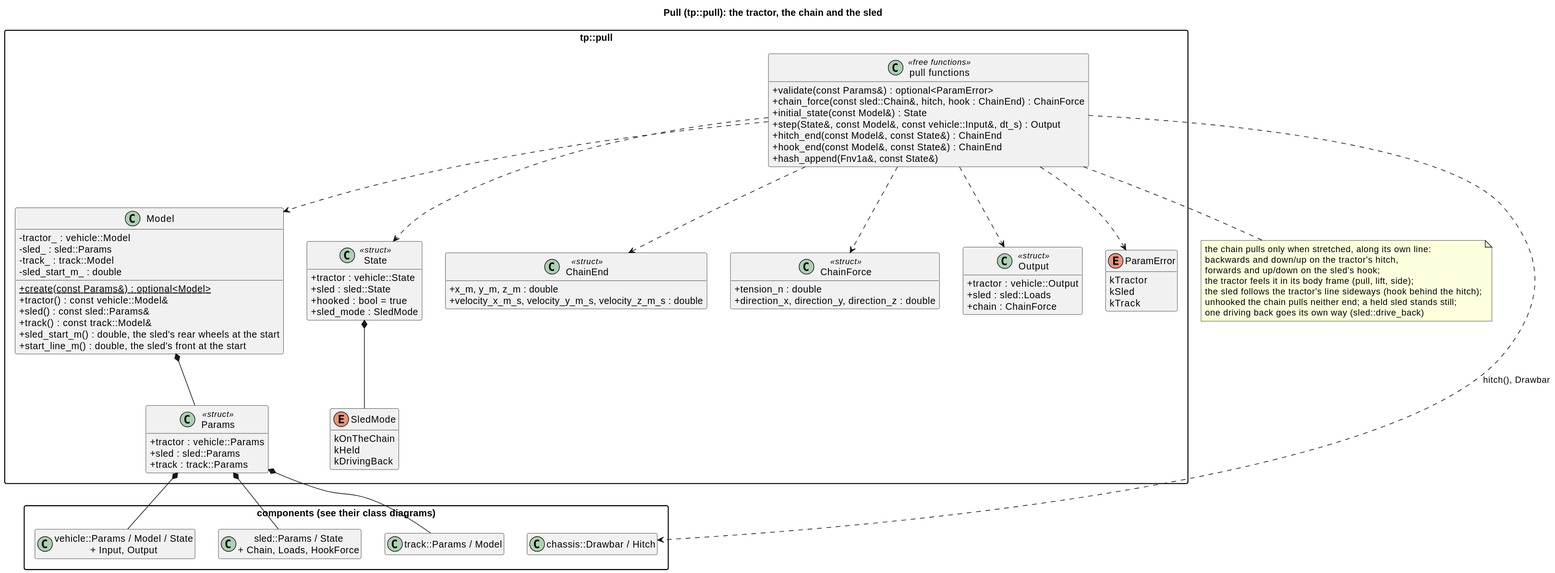
wversteeg/TractorPulling keeps this PlantUML diagram as docs/diagrams/svg/pull_classes.svg. Above is the earlier version.
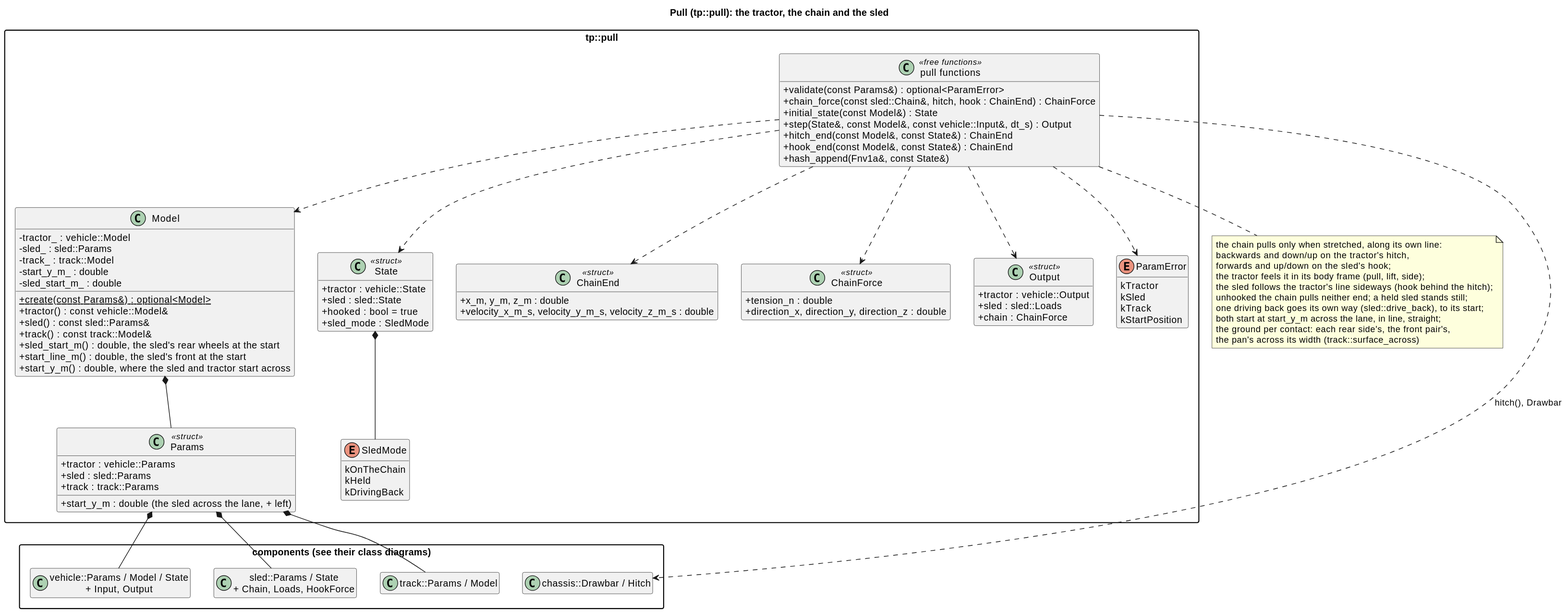
The same file after the commit.

The edit, as a diff of the source:
```diff
@@ -16,11 +16,13 @@
     +tractor : vehicle::Params
     +sled : sled::Params
     +track : track::Params
+    +start_y_m : double (the sled across the lane, + left)
   }
   class Model {
     -tractor_ : vehicle::Model
     -sled_ : sled::Params
     -track_ : track::Model
+    -start_y_m_ : double
     -sled_start_m_ : double
     +{static} create(const Params&) : optional<Model>
     +tractor() : const vehicle::Model&
@@ -28,6 +30,7 @@
     +track() : const track::Model&
     +sled_start_m() : double, the sled's rear wheels at the start
     +start_line_m() : double, the sled's front at the start
+    +start_y_m() : double, where the sled and tractor start across
   }
   class State <<struct>> {
     +tractor : vehicle::State
@@ -57,6 +60,7 @@
     kTractor
     kSled
     kTrack
+    kStartPosition
   }
   class "pull functions" as PullFns <<free functions>> {
     +validate(const Params&) : optional<ParamError>
@@ -87,6 +91,9 @@
   the tractor feels it in its body frame (pull, lift, side);
   the sled follows the tractor's line sideways (hook behind the hitch);
   unhooked the chain pulls neither end; a held sled stands still;
-  one driving back goes its own way (sled::drive_back)
+  one driving back goes its own way (sled::drive_back), to its start;
+  both start at start_y_m across the lane, in line, straight;
+  the ground per contact: each rear side's, the front pair's,
+  the pan's across its width (track::surface_across)
 end note
 @enduml
```
